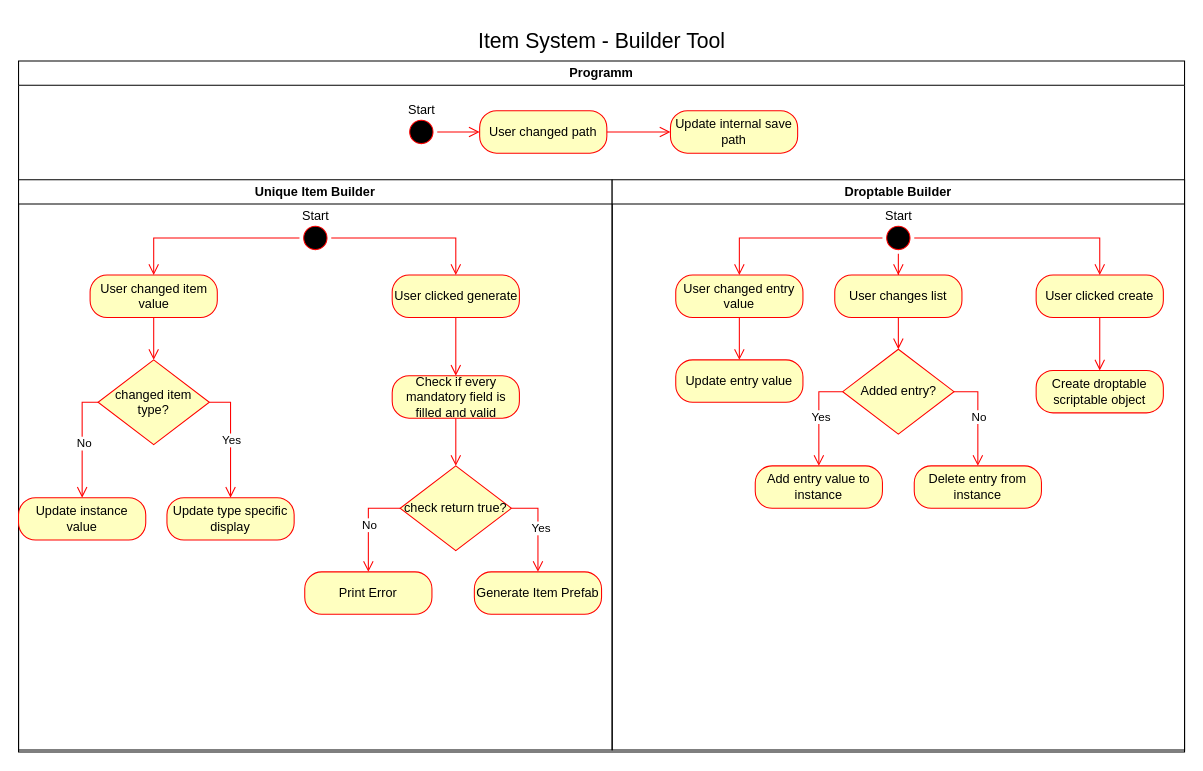
Before: EngineToolAblaufdiagramm.drawio in RDMJoker/LL_Semester2_Project, a draw.io diagram. Source tidied: cells renumbered, new cells numbered last; positions are measured from the earlier drawing's top-left corner, leaving out a move shared by most shapes. Both pictures are drawn from the tidied source at 106%, with x=0, y=0 at pixel (18, 18).
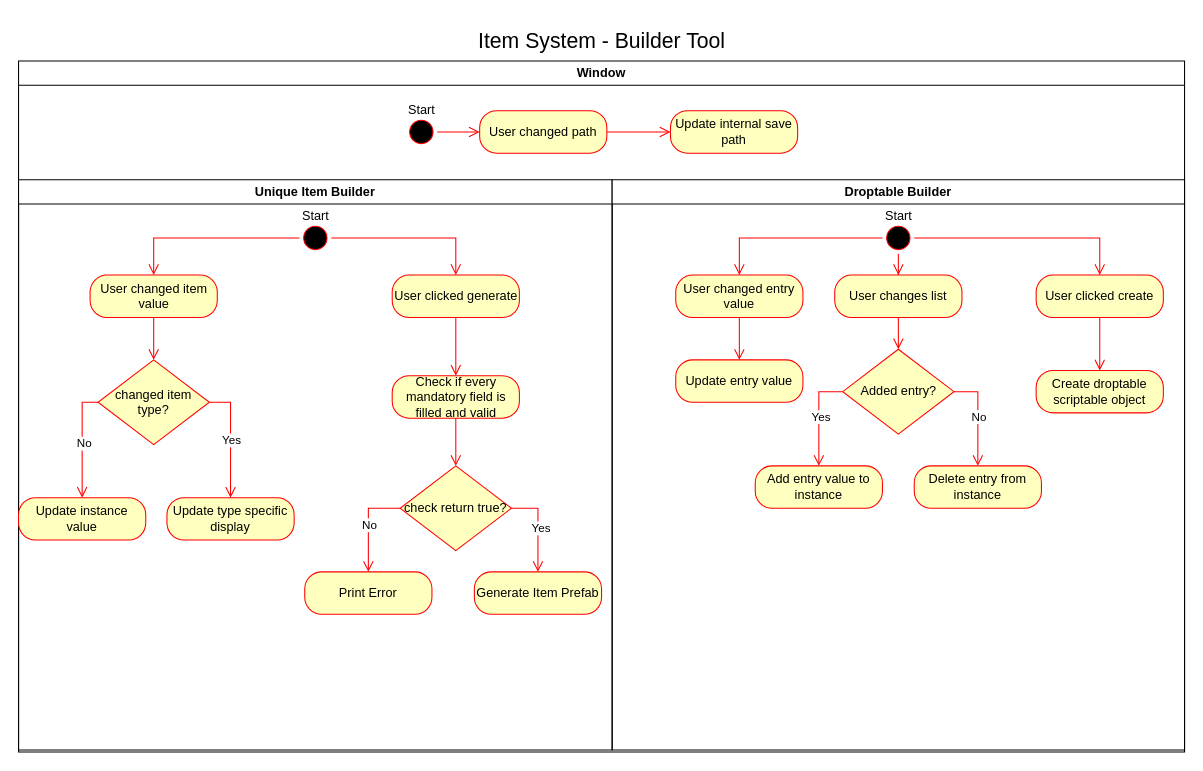
The same diagram, later.

What changed in the source:
```diff
@@
-    <mxCell id="3" value="Programm" style="swimlane;whiteSpace=wrap;html=1;" parent="1" vertex="1">
+    <mxCell id="3" value="Window" style="swimlane;whiteSpace=wrap;html=1;" parent="1" vertex="1">
       <mxGeometry y="40" width="1100" height="652" as="geometry" />
     </mxCell>
```
